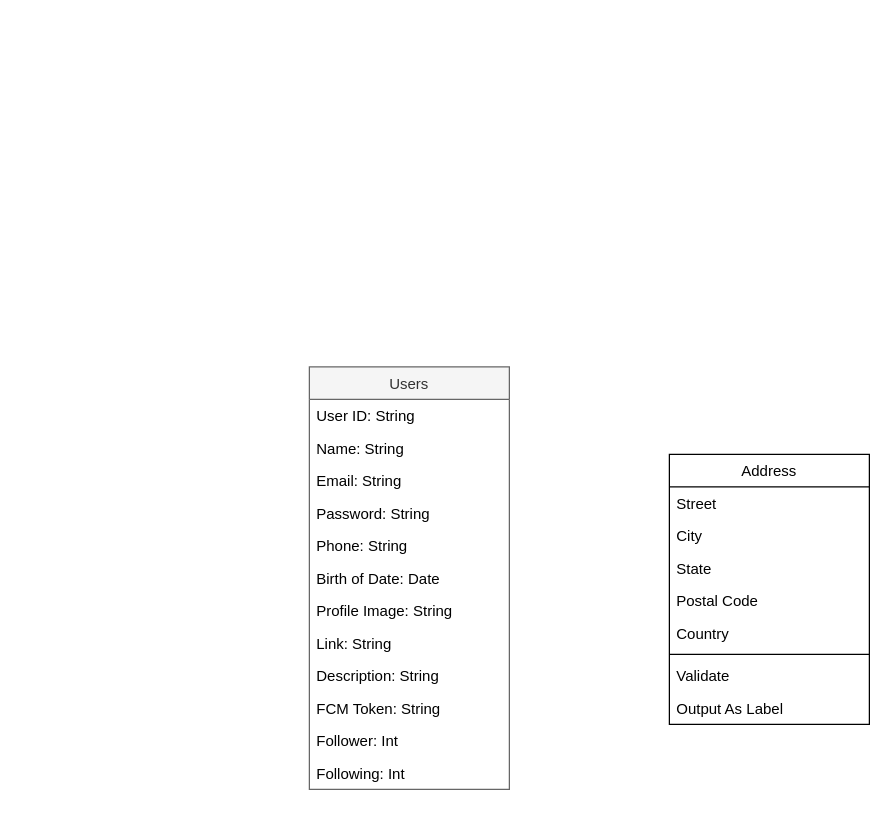
lil-dua/JobSharing keeps this draw.io diagram as JobSharing Class Diagram.drawio. Above is the earlier version. Source tidied: cells renumbered, new cells numbered last; positions are measured from the earlier drawing's top-left corner, leaving out a move shared by most shapes. Both pictures are drawn from the tidied source at 125%, with x=0, y=0 at pixel (309, 366).
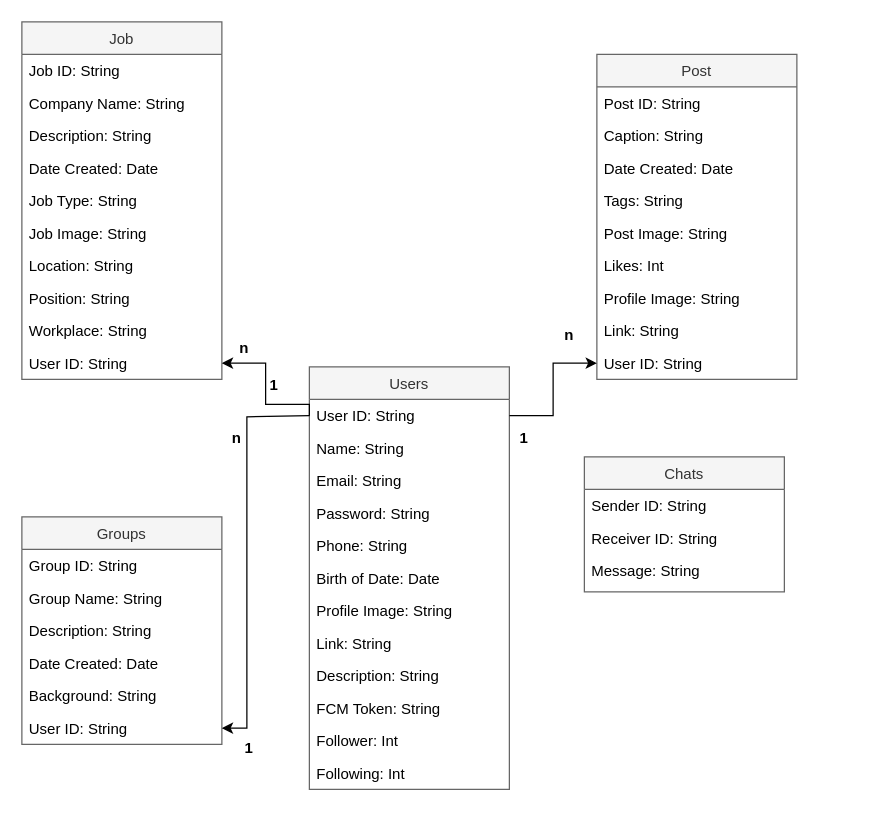
The same page after the edit.

The change refers to these unchanged cells:
```xml
<mxCell id="3" value="User ID: String" style="text;align=left;verticalAlign=top;spacingLeft=4;spacingRight=4;overflow=hidden;points=[[0,0.5],[1,0.5]];portConstraint=eastwest;" parent="2" vertex="1">
  <mxGeometry y="26" width="160" height="26" as="geometry" />
</mxCell>
```

Diff of the diagram source:
```diff
@@
-    <mxCell id="15" value="Address" style="swimlane;fontStyle=0;align=center;verticalAlign=top;horizontal=1;startSize=26;rounded=0;shadow=0;strokeWidth=1;" parent="1" vertex="1">
-      <mxGeometry x="288" y="70" width="160" height="216" as="geometry" />
-    </mxCell>
-    <mxCell id="16" value="Street" style="text;align=left;verticalAlign=top;spacingLeft=4;spacingRight=4;overflow=hidden;" parent="15" vertex="1">
-      <mxGeometry y="26" width="160" height="26" as="geometry" />
-    </mxCell>
-    <mxCell id="17" value="City" style="text;align=left;verticalAlign=top;spacingLeft=4;spacingRight=4;overflow=hidden;rounded=0;shadow=0;html=0;" parent="15" vertex="1">
-      <mxGeometry y="52" width="160" height="26" as="geometry" />
-    </mxCell>
-    <mxCell id="18" value="State" style="text;align=left;verticalAlign=top;spacingLeft=4;spacingRight=4;overflow=hidden;rounded=0;shadow=0;html=0;" parent="15" vertex="1">
-      <mxGeometry y="78" width="160" height="26" as="geometry" />
-    </mxCell>
-    <mxCell id="19" value="Postal Code" style="text;align=left;verticalAlign=top;spacingLeft=4;spacingRight=4;overflow=hidden;rounded=0;shadow=0;html=0;" parent="15" vertex="1">
-      <mxGeometry y="104" width="160" height="26" as="geometry" />
-    </mxCell>
-    <mxCell id="20" value="Country" style="text;align=left;verticalAlign=top;spacingLeft=4;spacingRight=4;overflow=hidden;rounded=0;shadow=0;html=0;" parent="15" vertex="1">
-      <mxGeometry y="130" width="160" height="26" as="geometry" />
-    </mxCell>
-    <mxCell id="21" style="line;html=1;strokeWidth=1;align=left;verticalAlign=middle;spacingTop=-1;spacingLeft=3;spacingRight=3;labelPosition=right;" parent="15" vertex="1">
-      <mxGeometry y="156" width="160" height="8" as="geometry" />
-    </mxCell>
-    <mxCell id="22" value="Validate" style="text;align=left;verticalAlign=top;spacingLeft=4;spacingRight=4;overflow=hidden;" parent="15" vertex="1">
-      <mxGeometry y="164" width="160" height="26" as="geometry" />
-    </mxCell>
-    <mxCell id="23" value="Output As Label" style="text;align=left;verticalAlign=top;spacingLeft=4;spacingRight=4;overflow=hidden;" parent="15" vertex="1">
-      <mxGeometry y="190" width="160" height="26" as="geometry" />
-    </mxCell>
+    <mxCell id="24" value="Post" style="swimlane;fontStyle=0;align=center;verticalAlign=top;horizontal=1;startSize=26;rounded=0;shadow=0;strokeWidth=1;fillColor=#f5f5f5;fontColor=#333333;strokeColor=#666666;" parent="1" vertex="1">
+      <mxGeometry x="230" y="-250" width="160" height="260" as="geometry" />
+    </mxCell>
+    <mxCell id="25" value="Post ID: String" style="text;align=left;verticalAlign=top;spacingLeft=4;spacingRight=4;overflow=hidden;" parent="24" vertex="1">
+      <mxGeometry y="26" width="160" height="26" as="geometry" />
+    </mxCell>
+    <mxCell id="26" value="Caption: String" style="text;align=left;verticalAlign=top;spacingLeft=4;spacingRight=4;overflow=hidden;" parent="24" vertex="1">
+      <mxGeometry y="52" width="160" height="26" as="geometry" />
+    </mxCell>
+    <mxCell id="27" value="Date Created: Date" style="text;align=left;verticalAlign=top;spacingLeft=4;spacingRight=4;overflow=hidden;rounded=0;shadow=0;html=0;" parent="24" vertex="1">
+      <mxGeometry y="78" width="160" height="26" as="geometry" />
+    </mxCell>
+    <mxCell id="28" value="Tags: String" style="text;align=left;verticalAlign=top;spacingLeft=4;spacingRight=4;overflow=hidden;rounded=0;shadow=0;html=0;" parent="24" vertex="1">
+      <mxGeometry y="104" width="160" height="26" as="geometry" />
+    </mxCell>
+    <mxCell id="29" value="Post Image: String" style="text;align=left;verticalAlign=top;spacingLeft=4;spacingRight=4;overflow=hidden;rounded=0;shadow=0;html=0;" parent="24" vertex="1">
+      <mxGeometry y="130" width="160" height="26" as="geometry" />
+    </mxCell>
+    <mxCell id="30" value="Likes: Int" style="text;align=left;verticalAlign=top;spacingLeft=4;spacingRight=4;overflow=hidden;rounded=0;shadow=0;html=0;" parent="24" vertex="1">
+      <mxGeometry y="156" width="160" height="26" as="geometry" />
+    </mxCell>
+    <mxCell id="31" value="Profile Image: String" style="text;align=left;verticalAlign=top;spacingLeft=4;spacingRight=4;overflow=hidden;rounded=0;shadow=0;html=0;" parent="24" vertex="1">
+      <mxGeometry y="182" width="160" height="26" as="geometry" />
+    </mxCell>
+    <mxCell id="32" value="Link: String" style="text;align=left;verticalAlign=top;spacingLeft=4;spacingRight=4;overflow=hidden;rounded=0;shadow=0;html=0;" parent="24" vertex="1">
+      <mxGeometry y="208" width="160" height="26" as="geometry" />
+    </mxCell>
+    <mxCell id="33" value="User ID: String" style="text;align=left;verticalAlign=top;spacingLeft=4;spacingRight=4;overflow=hidden;points=[[0,0.5],[1,0.5]];portConstraint=eastwest;rounded=0;shadow=0;html=0;" parent="24" vertex="1">
+      <mxGeometry y="234" width="160" height="26" as="geometry" />
+    </mxCell>
+    <mxCell id="34" style="edgeStyle=orthogonalEdgeStyle;rounded=0;jettySize=auto;html=1;entryX=0;entryY=0.5;entryDx=0;entryDy=0;" parent="1" edge="1" source="3" target="33">
+      <mxGeometry relative="1" as="geometry" />
+    </mxCell>
+    <mxCell id="35" value="Job" style="swimlane;fontStyle=0;align=center;verticalAlign=top;horizontal=1;startSize=26;rounded=0;shadow=0;strokeWidth=1;fillColor=#f5f5f5;fontColor=#333333;strokeColor=#666666;" parent="1" vertex="1">
+      <mxGeometry x="-230" y="-276" width="160" height="286" as="geometry" />
+    </mxCell>
+    <mxCell id="36" value="Job ID: String" style="text;align=left;verticalAlign=top;spacingLeft=4;spacingRight=4;overflow=hidden;" parent="35" vertex="1">
+      <mxGeometry y="26" width="160" height="26" as="geometry" />
+    </mxCell>
+    <mxCell id="37" value="Company Name: String" style="text;align=left;verticalAlign=top;spacingLeft=4;spacingRight=4;overflow=hidden;" parent="35" vertex="1">
+      <mxGeometry y="52" width="160" height="26" as="geometry" />
+    </mxCell>
+    <mxCell id="38" value="Description: String" style="text;align=left;verticalAlign=top;spacingLeft=4;spacingRight=4;overflow=hidden;" parent="35" vertex="1">
+      <mxGeometry y="78" width="160" height="26" as="geometry" />
+    </mxCell>
+    <mxCell id="39" value="Date Created: Date" style="text;align=left;verticalAlign=top;spacingLeft=4;spacingRight=4;overflow=hidden;rounded=0;shadow=0;html=0;" parent="35" vertex="1">
+      <mxGeometry y="104" width="160" height="26" as="geometry" />
+    </mxCell>
+    <mxCell id="40" value="Job Type: String" style="text;align=left;verticalAlign=top;spacingLeft=4;spacingRight=4;overflow=hidden;rounded=0;shadow=0;html=0;" parent="35" vertex="1">
+      <mxGeometry y="130" width="160" height="26" as="geometry" />
+    </mxCell>
+    <mxCell id="41" value="Job Image: String" style="text;align=left;verticalAlign=top;spacingLeft=4;spacingRight=4;overflow=hidden;rounded=0;shadow=0;html=0;" parent="35" vertex="1">
+      <mxGeometry y="156" width="160" height="26" as="geometry" />
+    </mxCell>
+    <mxCell id="42" value="Location: String" style="text;align=left;verticalAlign=top;spacingLeft=4;spacingRight=4;overflow=hidden;rounded=0;shadow=0;html=0;" parent="35" vertex="1">
+      <mxGeometry y="182" width="160" height="26" as="geometry" />
+    </mxCell>
+    <mxCell id="43" value="Position: String" style="text;align=left;verticalAlign=top;spacingLeft=4;spacingRight=4;overflow=hidden;rounded=0;shadow=0;html=0;" parent="35" vertex="1">
+      <mxGeometry y="208" width="160" height="26" as="geometry" />
+    </mxCell>
+    <mxCell id="44" value="Workplace: String" style="text;align=left;verticalAlign=top;spacingLeft=4;spacingRight=4;overflow=hidden;rounded=0;shadow=0;html=0;" parent="35" vertex="1">
+      <mxGeometry y="234" width="160" height="26" as="geometry" />
+    </mxCell>
+    <mxCell id="45" value="User ID: String" style="text;align=left;verticalAlign=top;spacingLeft=4;spacingRight=4;overflow=hidden;points=[[0,0.5],[1,0.5]];portConstraint=eastwest;rounded=0;shadow=0;html=0;" parent="35" vertex="1">
+      <mxGeometry y="260" width="160" height="26" as="geometry" />
+    </mxCell>
+    <mxCell id="46" value="Groups" style="swimlane;fontStyle=0;align=center;verticalAlign=top;horizontal=1;startSize=26;rounded=0;shadow=0;strokeWidth=1;fillColor=#f5f5f5;fontColor=#333333;strokeColor=#666666;" parent="1" vertex="1">
+      <mxGeometry x="-230" y="120" width="160" height="182" as="geometry" />
+    </mxCell>
+    <mxCell id="47" value="Group ID: String" style="text;align=left;verticalAlign=top;spacingLeft=4;spacingRight=4;overflow=hidden;" parent="46" vertex="1">
+      <mxGeometry y="26" width="160" height="26" as="geometry" />
+    </mxCell>
+    <mxCell id="48" value="Group Name: String" style="text;align=left;verticalAlign=top;spacingLeft=4;spacingRight=4;overflow=hidden;" parent="46" vertex="1">
+      <mxGeometry y="52" width="160" height="26" as="geometry" />
+    </mxCell>
+    <mxCell id="49" value="Description: String" style="text;align=left;verticalAlign=top;spacingLeft=4;spacingRight=4;overflow=hidden;" parent="46" vertex="1">
+      <mxGeometry y="78" width="160" height="26" as="geometry" />
+    </mxCell>
+    <mxCell id="50" value="Date Created: Date" style="text;align=left;verticalAlign=top;spacingLeft=4;spacingRight=4;overflow=hidden;rounded=0;shadow=0;html=0;" parent="46" vertex="1">
+      <mxGeometry y="104" width="160" height="26" as="geometry" />
+    </mxCell>
+    <mxCell id="51" value="Background: String" style="text;align=left;verticalAlign=top;spacingLeft=4;spacingRight=4;overflow=hidden;rounded=0;shadow=0;html=0;" parent="46" vertex="1">
+      <mxGeometry y="130" width="160" height="26" as="geometry" />
+    </mxCell>
+    <mxCell id="52" value="User ID: String" style="text;align=left;verticalAlign=top;spacingLeft=4;spacingRight=4;overflow=hidden;points=[[0,0.5],[1,0.5]];portConstraint=eastwest;rounded=0;shadow=0;html=0;" parent="46" vertex="1">
+      <mxGeometry y="156" width="160" height="26" as="geometry" />
+    </mxCell>
+    <mxCell id="53" value="Chats" style="swimlane;fontStyle=0;align=center;verticalAlign=top;horizontal=1;startSize=26;rounded=0;shadow=0;strokeWidth=1;fillColor=#f5f5f5;fontColor=#333333;strokeColor=#666666;" parent="1" vertex="1">
+      <mxGeometry x="220" y="72" width="160" height="108" as="geometry" />
+    </mxCell>
+    <mxCell id="54" value="Sender ID: String" style="text;align=left;verticalAlign=top;spacingLeft=4;spacingRight=4;overflow=hidden;" parent="53" vertex="1">
+      <mxGeometry y="26" width="160" height="26" as="geometry" />
+    </mxCell>
+    <mxCell id="55" value="Receiver ID: String" style="text;align=left;verticalAlign=top;spacingLeft=4;spacingRight=4;overflow=hidden;" parent="53" vertex="1">
+      <mxGeometry y="52" width="160" height="26" as="geometry" />
+    </mxCell>
+    <mxCell id="56" value="Message: String" style="text;align=left;verticalAlign=top;spacingLeft=4;spacingRight=4;overflow=hidden;" parent="53" vertex="1">
+      <mxGeometry y="78" width="160" height="26" as="geometry" />
+    </mxCell>
+    <mxCell id="57" style="edgeStyle=orthogonalEdgeStyle;rounded=0;jettySize=auto;html=1;exitX=0;exitY=0.5;exitDx=0;exitDy=0;" parent="1" edge="1" source="3" target="45">
+      <mxGeometry relative="1" as="geometry">
+        <Array as="points">
+          <mxPoint y="30" />
+          <mxPoint x="-35" y="30" />
+          <mxPoint x="-35" y="-3" />
+        </Array>
+      </mxGeometry>
+    </mxCell>
+    <mxCell id="58" style="edgeStyle=orthogonalEdgeStyle;rounded=0;jettySize=auto;html=1;exitX=0;exitY=0.5;exitDx=0;exitDy=0;entryX=1;entryY=0.5;entryDx=0;entryDy=0;" parent="1" edge="1" source="3" target="52">
+      <mxGeometry relative="1" as="geometry">
+        <Array as="points">
+          <mxPoint x="-50" y="40" />
+          <mxPoint x="-50" y="289" />
+        </Array>
+      </mxGeometry>
+    </mxCell>
+    <mxCell id="59" value="&lt;b&gt;1&lt;/b&gt;" style="text;html=1;strokeColor=none;fillColor=none;align=center;verticalAlign=middle;whiteSpace=wrap;rounded=0;" parent="1" vertex="1">
+      <mxGeometry x="-60" y="290" width="24" height="30" as="geometry" />
+    </mxCell>
+    <mxCell id="60" value="&lt;b&gt;1&lt;/b&gt;" style="text;html=1;strokeColor=none;fillColor=none;align=center;verticalAlign=middle;whiteSpace=wrap;rounded=0;" parent="1" vertex="1">
+      <mxGeometry x="160" y="42" width="24" height="30" as="geometry" />
+    </mxCell>
+    <mxCell id="61" value="&lt;b&gt;1&lt;/b&gt;" style="text;html=1;strokeColor=none;fillColor=none;align=center;verticalAlign=middle;whiteSpace=wrap;rounded=0;" parent="1" vertex="1">
+      <mxGeometry x="-40" width="24" height="30" as="geometry" />
+    </mxCell>
+    <mxCell id="62" value="&lt;b&gt;n&lt;/b&gt;" style="text;html=1;strokeColor=none;fillColor=none;align=center;verticalAlign=middle;whiteSpace=wrap;rounded=0;" parent="1" vertex="1">
+      <mxGeometry x="-64" y="-30" width="24" height="30" as="geometry" />
+    </mxCell>
+    <mxCell id="63" value="&lt;b&gt;n&lt;/b&gt;" style="text;html=1;strokeColor=none;fillColor=none;align=center;verticalAlign=middle;whiteSpace=wrap;rounded=0;" parent="1" vertex="1">
+      <mxGeometry x="196" y="-40" width="24" height="30" as="geometry" />
+    </mxCell>
+    <mxCell id="64" value="&lt;b&gt;n&lt;/b&gt;" style="text;html=1;strokeColor=none;fillColor=none;align=center;verticalAlign=middle;whiteSpace=wrap;rounded=0;" parent="1" vertex="1">
+      <mxGeometry x="-70" y="42" width="24" height="30" as="geometry" />
+    </mxCell>
```
